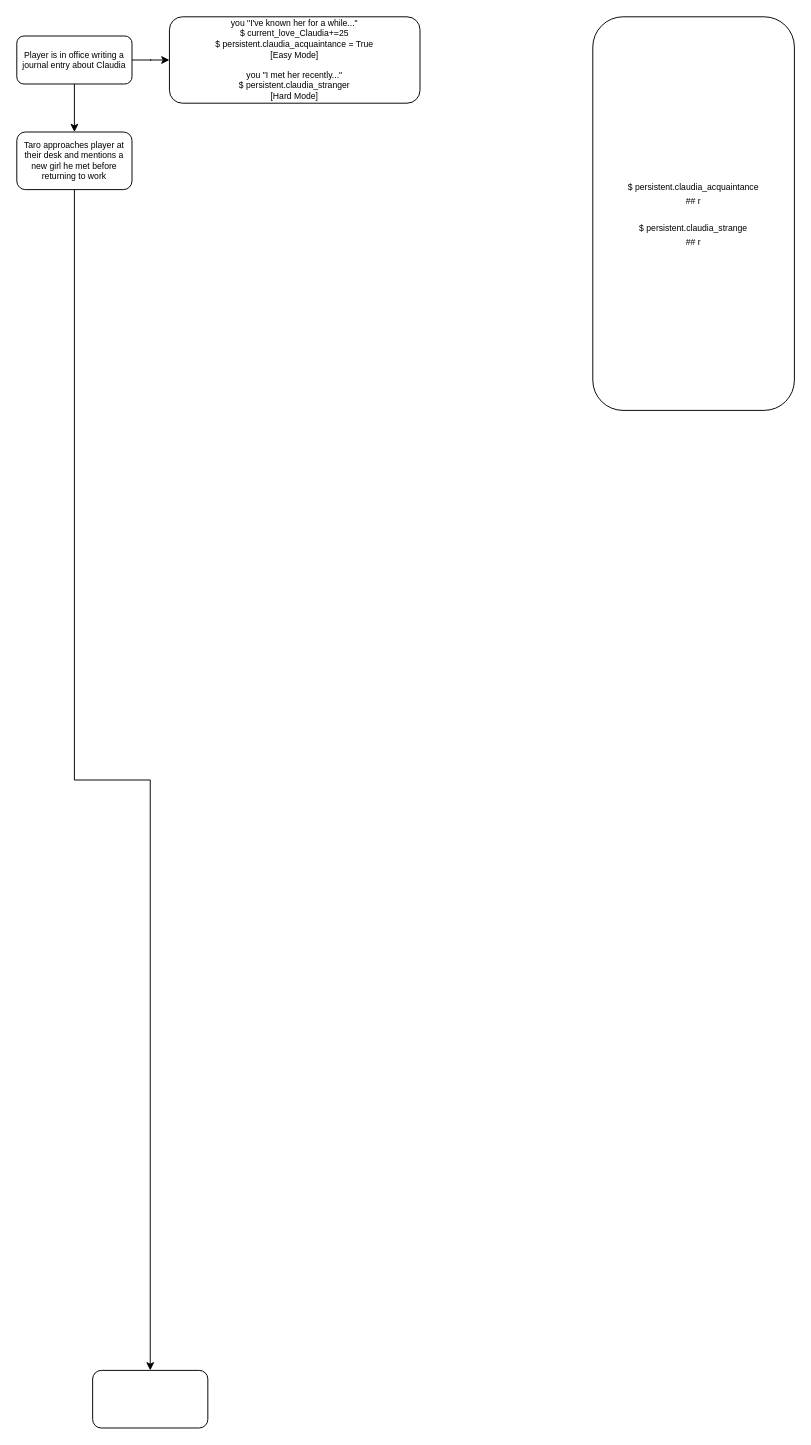
Above: - RenPy/flowchart_storyline.drawio in L0veRaven/L0veRavenRenPy (draw.io), before the change. Source tidied: cells renumbered, new cells numbered last; positions are measured from the earlier drawing's top-left corner, leaving out a move shared by most shapes. Both pictures are drawn from the tidied source at 96%, with x=0, y=0 at pixel (16, 16).
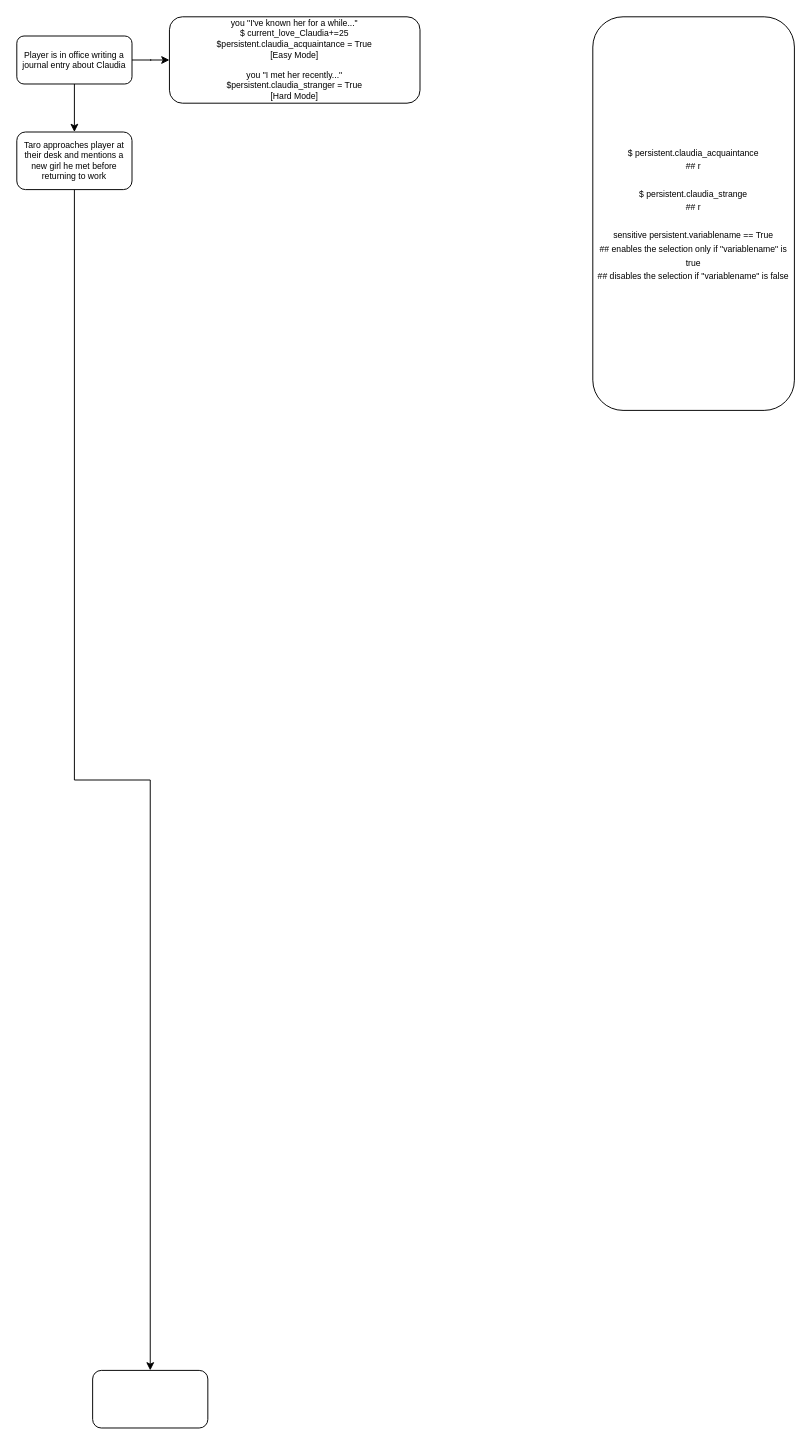
After the change.

Diff of the diagram source:
```diff
@@
 <mxGraphModel>
   <root>
     <mxCell id="0" />
     <mxCell id="1" parent="0" />
     <mxCell id="2" style="edgeStyle=orthogonalEdgeStyle;rounded=0;jettySize=auto;html=1;" parent="1" edge="1" source="3" target="8">
       <mxGeometry relative="1" as="geometry" />
     </mxCell>
     <mxCell id="3" value="&lt;div&gt;Player is in office writing a journal entry about Claudia&lt;/div&gt;" style="rounded=1;whiteSpace=wrap;html=1;fontSize=9;glass=0;strokeWidth=1;shadow=0;" parent="1" vertex="1">
       <mxGeometry y="20" width="120" height="50" as="geometry" />
     </mxCell>
     <mxCell id="4" style="edgeStyle=orthogonalEdgeStyle;rounded=0;jettySize=auto;html=1;" parent="1" edge="1" source="5" target="6">
       <mxGeometry relative="1" as="geometry" />
     </mxCell>
     <mxCell id="5" value="Taro approaches player at their desk and mentions a new girl he met before returning to work" style="whiteSpace=wrap;html=1;fontSize=9;rounded=1;glass=0;strokeWidth=1;shadow=0;" parent="1" vertex="1">
       <mxGeometry y="120" width="120" height="60" as="geometry" />
     </mxCell>
     <mxCell id="6" style="whiteSpace=wrap;html=1;fontSize=9;rounded=1;glass=0;strokeWidth=1;shadow=0;" parent="1" vertex="1">
       <mxGeometry x="79" y="1410" width="120" height="60" as="geometry" />
     </mxCell>
     <mxCell id="7" style="edgeStyle=orthogonalEdgeStyle;rounded=0;jettySize=auto;html=1;entryX=0.5;entryY=0;entryDx=0;entryDy=0;exitX=0.5;exitY=1;exitDx=0;exitDy=0;" parent="1" edge="1" source="3" target="5">
       <mxGeometry relative="1" as="geometry" />
     </mxCell>
-    <mxCell id="8" value="&lt;div&gt;you &quot;I've known her for a while...&quot;&lt;/div&gt;&lt;div&gt;$ current_love_Claudia+=25&lt;br&gt;$ persistent.claudia_acquaintance = True&lt;br&gt;[Easy Mode]&lt;/div&gt;&lt;br&gt;&lt;div&gt;you &quot;I met her recently...&quot;&lt;br&gt;$ persistent.claudia_stranger&lt;br&gt;[Hard Mode]&lt;/div&gt;" style="square;whiteSpace=wrap;html=1;fontSize=9;rounded=1;glass=0;strokeWidth=1;shadow=0;" parent="1" vertex="1">
+    <mxCell id="8" value="&lt;div&gt;you &quot;I've known her for a while...&quot;&lt;/div&gt;&lt;div&gt;$ current_love_Claudia+=25&lt;br&gt;$persistent.claudia_acquaintance = True&lt;br&gt;[Easy Mode]&lt;/div&gt;&lt;br&gt;&lt;div&gt;you &quot;I met her recently...&quot;&lt;br&gt;$persistent.claudia_stranger = True&lt;br&gt;[Hard Mode]&lt;/div&gt;" style="square;whiteSpace=wrap;html=1;fontSize=9;rounded=1;glass=0;strokeWidth=1;shadow=0;" parent="1" vertex="1">
       <mxGeometry x="159" width="261" height="90" as="geometry" />
     </mxCell>
-    <mxCell id="9" value="&lt;div&gt;&lt;font style=&quot;font-size: 9px;&quot;&gt;$ persistent.claudia_acquaintance&lt;/font&gt;&lt;/div&gt;&lt;div&gt;&lt;font style=&quot;font-size: 9px;&quot;&gt;## r&lt;/font&gt;&lt;/div&gt;&lt;div&gt;&lt;font style=&quot;font-size: 9px;&quot;&gt;&lt;br&gt;&lt;/font&gt;&lt;/div&gt;&lt;div&gt;&lt;font style=&quot;font-size: 9px;&quot;&gt;$ persistent.&lt;/font&gt;&lt;font style=&quot;font-size: 9px;&quot;&gt;claudia_strange&lt;/font&gt;&lt;/div&gt;&lt;div&gt;&lt;font style=&quot;font-size: 9px;&quot;&gt;## r&lt;/font&gt;&lt;/div&gt;" style="rounded=1;whiteSpace=wrap;html=1;" parent="1" vertex="1">
+    <mxCell id="9" value="&lt;div&gt;&lt;font style=&quot;font-size: 9px;&quot;&gt;$ persistent.claudia_acquaintance&lt;/font&gt;&lt;/div&gt;&lt;div&gt;&lt;font style=&quot;font-size: 9px;&quot;&gt;## r&lt;/font&gt;&lt;/div&gt;&lt;div&gt;&lt;font style=&quot;font-size: 9px;&quot;&gt;&lt;br&gt;&lt;/font&gt;&lt;/div&gt;&lt;div&gt;&lt;font style=&quot;font-size: 9px;&quot;&gt;$ persistent.&lt;/font&gt;&lt;font style=&quot;font-size: 9px;&quot;&gt;claudia_strange&lt;/font&gt;&lt;/div&gt;&lt;div&gt;&lt;font style=&quot;font-size: 9px;&quot;&gt;## r&lt;br&gt;&lt;br&gt;sensitive persistent.variablename == True&lt;/font&gt;&lt;/div&gt;&lt;div&gt;&lt;font style=&quot;font-size: 9px;&quot;&gt;## enables the selection only if &quot;variablename&quot; is true&lt;br&gt;## disables the selection if &quot;variablename&quot; is false&lt;/font&gt;&lt;/div&gt;" style="rounded=1;whiteSpace=wrap;html=1;" parent="1" vertex="1">
       <mxGeometry x="600" width="210" height="410" as="geometry" />
     </mxCell>
   </root>
 </mxGraphModel>
```
